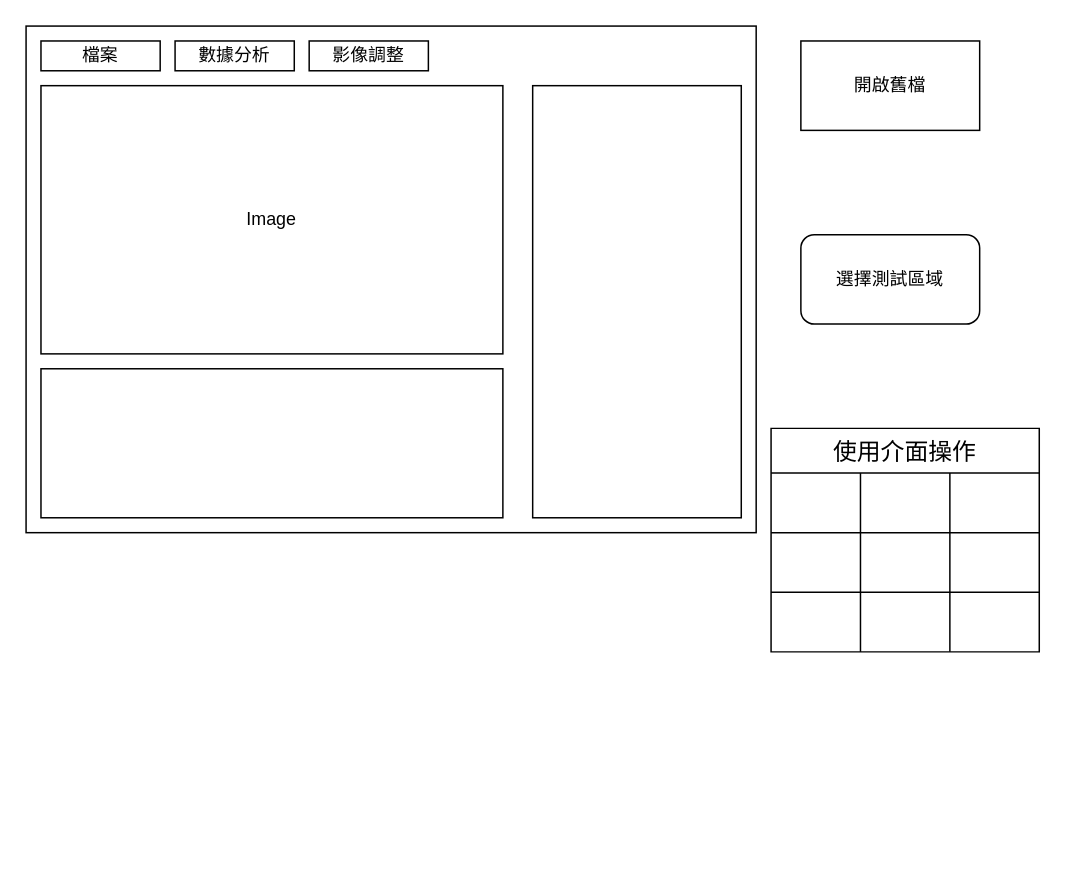
This is ai/AI_Ap/flow.drawio from samchen2000/IQTool, a draw.io file, before an edit. Source tidied: cells renumbered, new cells numbered last; positions are measured from the earlier drawing's top-left corner, leaving out a move shared by most shapes. Both pictures are drawn from the tidied source at 149%, with x=0, y=0 at pixel (25, 25).
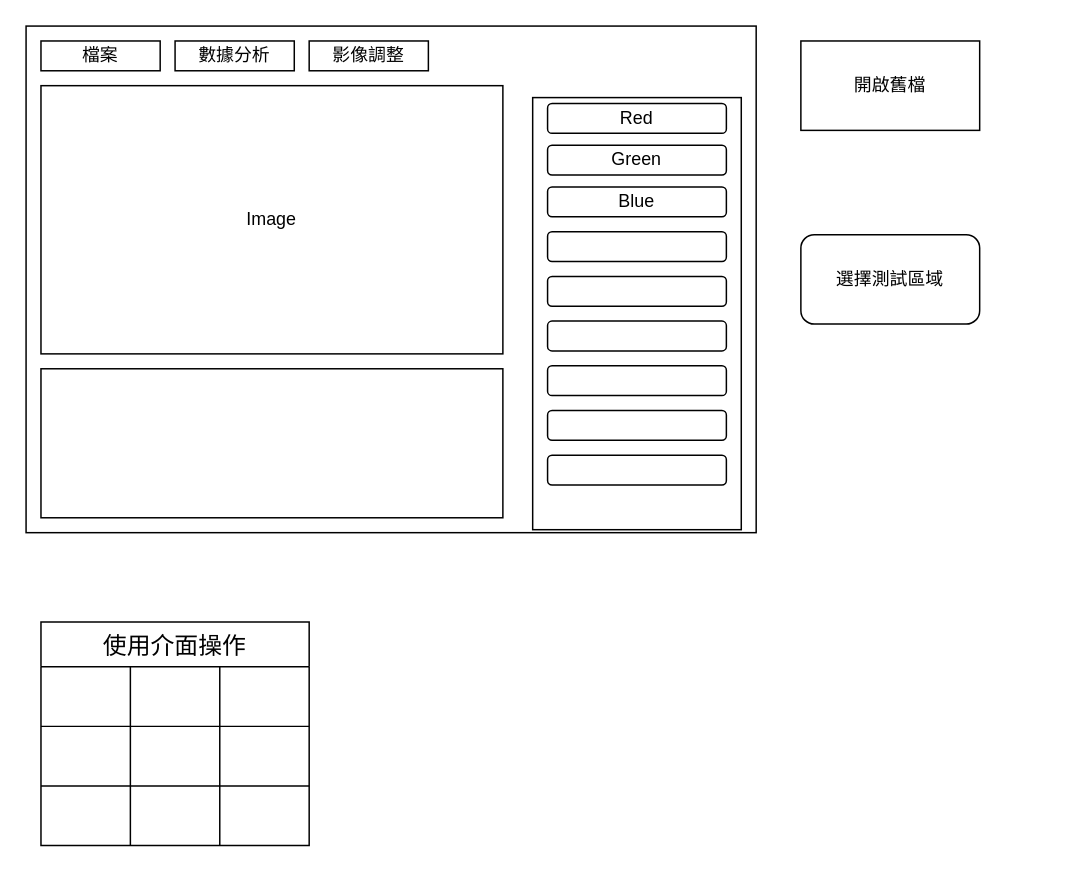
The same diagram, later.

Change to the diagram source:
```diff
@@
     <mxCell id="7" style="rounded=0;whiteSpace=wrap;html=1;" parent="1" vertex="1">
-      <mxGeometry x="340" y="40" width="140" height="290" as="geometry" />
+      <mxGeometry x="340" y="48" width="140" height="290" as="geometry" />
     </mxCell>
@@
     <mxCell id="11" value="使用介面操作" style="shape=table;startSize=30;childLayout=tableLayout;strokeColor=default;fontSize=16;" parent="1" vertex="1">
-      <mxGeometry x="500" y="270" width="180" height="150" as="geometry" />
+      <mxGeometry x="10" y="400" width="180" height="150" as="geometry" />
     </mxCell>
@@
+    <mxCell id="24" value="Red" style="rounded=1;whiteSpace=wrap;html=1;" parent="1" vertex="1">
+      <mxGeometry x="350" y="52" width="120" height="20" as="geometry" />
+    </mxCell>
+    <mxCell id="25" value="Green" style="rounded=1;whiteSpace=wrap;html=1;" parent="1" vertex="1">
+      <mxGeometry x="350" y="80" width="120" height="20" as="geometry" />
+    </mxCell>
+    <mxCell id="26" value="Blue" style="rounded=1;whiteSpace=wrap;html=1;" parent="1" vertex="1">
+      <mxGeometry x="350" y="108" width="120" height="20" as="geometry" />
+    </mxCell>
+    <mxCell id="27" style="rounded=1;whiteSpace=wrap;html=1;" parent="1" vertex="1">
+      <mxGeometry x="350" y="138" width="120" height="20" as="geometry" />
+    </mxCell>
+    <mxCell id="28" style="rounded=1;whiteSpace=wrap;html=1;" parent="1" vertex="1">
+      <mxGeometry x="350" y="168" width="120" height="20" as="geometry" />
+    </mxCell>
+    <mxCell id="29" style="rounded=1;whiteSpace=wrap;html=1;" parent="1" vertex="1">
+      <mxGeometry x="350" y="198" width="120" height="20" as="geometry" />
+    </mxCell>
+    <mxCell id="30" style="rounded=1;whiteSpace=wrap;html=1;" parent="1" vertex="1">
+      <mxGeometry x="350" y="228" width="120" height="20" as="geometry" />
+    </mxCell>
+    <mxCell id="31" style="rounded=1;whiteSpace=wrap;html=1;" parent="1" vertex="1">
+      <mxGeometry x="350" y="258" width="120" height="20" as="geometry" />
+    </mxCell>
+    <mxCell id="32" style="rounded=1;whiteSpace=wrap;html=1;" parent="1" vertex="1">
+      <mxGeometry x="350" y="288" width="120" height="20" as="geometry" />
+    </mxCell>
```
